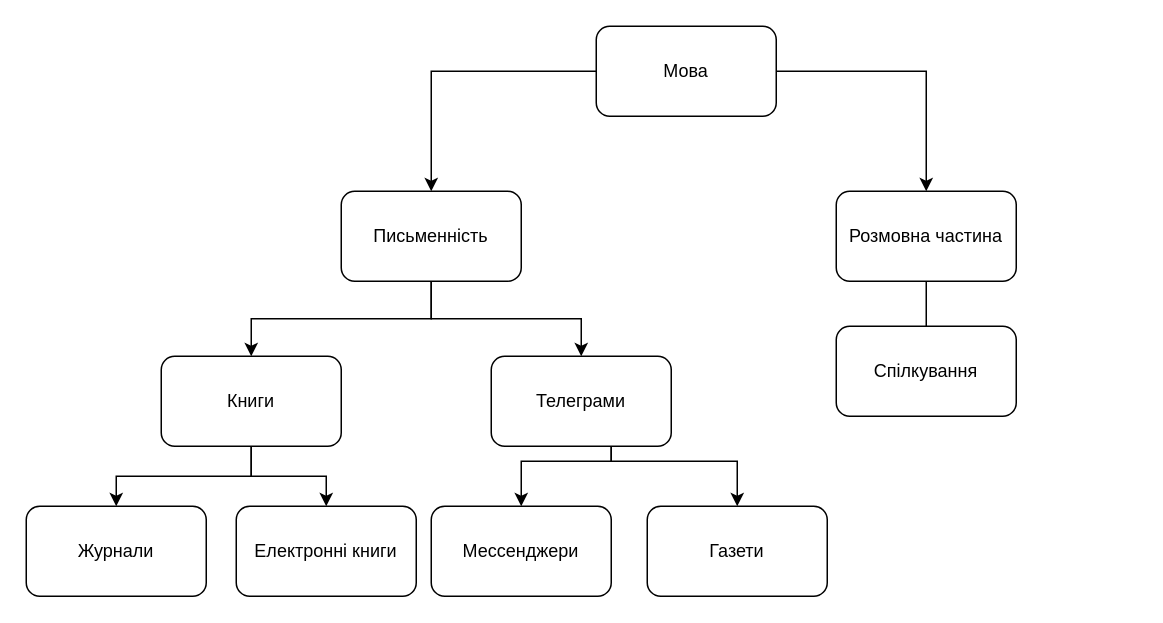
Mrforest-cmd/fr-050923 keeps this draw.io diagram as 070923/inheritance.drawio. Above is the earlier version. Source tidied: cells renumbered, new cells numbered last; positions are measured from the earlier drawing's top-left corner, leaving out a move shared by most shapes. Both pictures are drawn from the tidied source at 150%, with x=0, y=0 at pixel (26, 26).
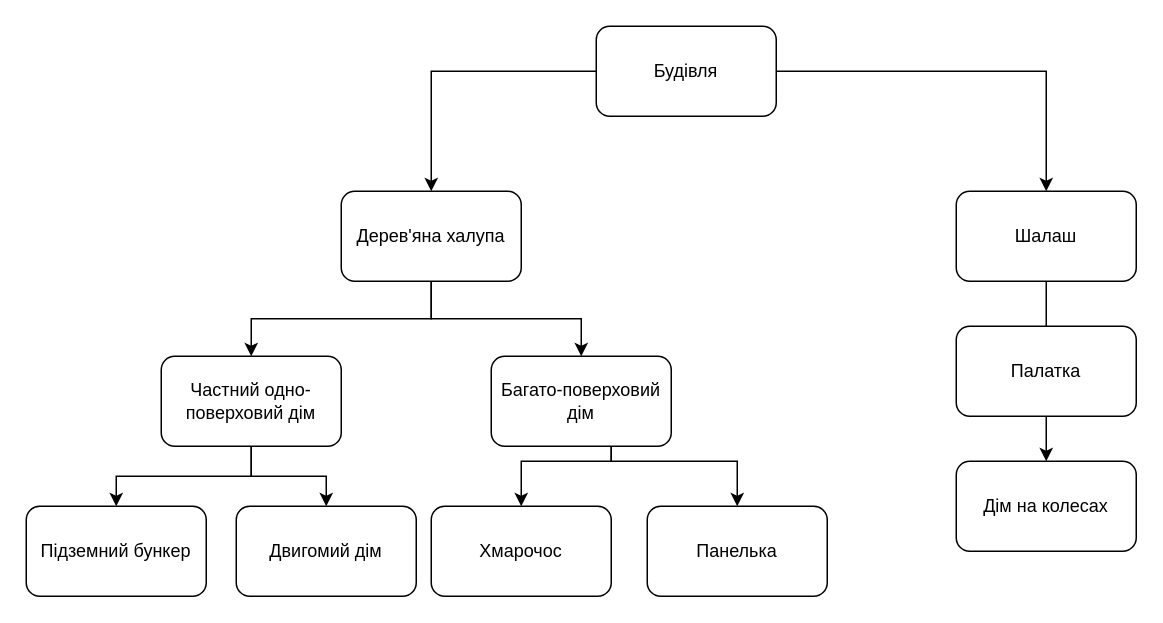
The same diagram, later.

The edit, as a diff of the source:
```diff
@@
-    <mxCell id="4" value="Мова" style="rounded=1;whiteSpace=wrap;html=1;" parent="1" vertex="1">
+    <mxCell id="4" value="Будівля" style="rounded=1;whiteSpace=wrap;html=1;" parent="1" vertex="1">
       <mxGeometry x="380" width="120" height="60" as="geometry" />
     </mxCell>
@@
-    <mxCell id="7" value="Письменність" style="rounded=1;whiteSpace=wrap;html=1;" parent="1" vertex="1">
+    <mxCell id="7" value="Дерев'яна халупа" style="rounded=1;whiteSpace=wrap;html=1;" parent="1" vertex="1">
       <mxGeometry x="210" y="110" width="120" height="60" as="geometry" />
     </mxCell>
     <mxCell id="8" style="edgeStyle=orthogonalEdgeStyle;rounded=0;jettySize=auto;html=1;entryX=0.5;entryY=0;entryDx=0;entryDy=0;" parent="1" edge="1" source="9" target="13">
       <mxGeometry relative="1" as="geometry">
         <Array as="points">
-          <mxPoint x="600" y="220" />
+          <mxPoint x="680" y="220" />
         </Array>
       </mxGeometry>
     </mxCell>
-    <mxCell id="9" value="Розмовна частина" style="rounded=1;whiteSpace=wrap;html=1;" parent="1" vertex="1">
-      <mxGeometry x="540" y="110" width="120" height="60" as="geometry" />
+    <mxCell id="9" value="Шалаш" style="rounded=1;whiteSpace=wrap;html=1;" parent="1" vertex="1">
+      <mxGeometry x="620" y="110" width="120" height="60" as="geometry" />
     </mxCell>
@@
-    <mxCell id="12" value="Телеграми" style="rounded=1;whiteSpace=wrap;html=1;" parent="1" vertex="1">
+    <mxCell id="12" value="Багато-поверховий дім" style="rounded=1;whiteSpace=wrap;html=1;" parent="1" vertex="1">
       <mxGeometry x="310" y="220" width="120" height="60" as="geometry" />
     </mxCell>
+    <mxCell id="21" style="edgeStyle=orthogonalEdgeStyle;rounded=0;jettySize=auto;html=1;entryX=0.5;entryY=0;entryDx=0;entryDy=0;" parent="1" edge="1" source="13" target="22">
+      <mxGeometry relative="1" as="geometry" />
+    </mxCell>
-    <mxCell id="13" value="Спілкування" style="rounded=1;whiteSpace=wrap;html=1;" parent="1" vertex="1">
-      <mxGeometry x="540" y="200" width="120" height="60" as="geometry" />
+    <mxCell id="13" value="Палатка" style="rounded=1;whiteSpace=wrap;html=1;" parent="1" vertex="1">
+      <mxGeometry x="620" y="200" width="120" height="60" as="geometry" />
     </mxCell>
@@
-    <mxCell id="16" value="Книги" style="rounded=1;whiteSpace=wrap;html=1;" parent="1" vertex="1">
+    <mxCell id="16" value="Частний одно-поверховий дім" style="rounded=1;whiteSpace=wrap;html=1;" parent="1" vertex="1">
       <mxGeometry x="90" y="220" width="120" height="60" as="geometry" />
     </mxCell>
-    <mxCell id="17" value="Журнали" style="rounded=1;whiteSpace=wrap;html=1;" parent="1" vertex="1">
+    <mxCell id="17" value="Підземний бункер" style="rounded=1;whiteSpace=wrap;html=1;" parent="1" vertex="1">
       <mxGeometry y="320" width="120" height="60" as="geometry" />
     </mxCell>
-    <mxCell id="18" value="Електронні книги" style="rounded=1;whiteSpace=wrap;html=1;" parent="1" vertex="1">
+    <mxCell id="18" value="Двигомий дім" style="rounded=1;whiteSpace=wrap;html=1;" parent="1" vertex="1">
       <mxGeometry x="140" y="320" width="120" height="60" as="geometry" />
     </mxCell>
-    <mxCell id="19" value="Газети" style="rounded=1;whiteSpace=wrap;html=1;" parent="1" vertex="1">
+    <mxCell id="19" value="Панелька" style="rounded=1;whiteSpace=wrap;html=1;" parent="1" vertex="1">
       <mxGeometry x="414" y="320" width="120" height="60" as="geometry" />
     </mxCell>
-    <mxCell id="20" value="Мессенджери" style="rounded=1;whiteSpace=wrap;html=1;" parent="1" vertex="1">
+    <mxCell id="20" value="Хмарочос" style="rounded=1;whiteSpace=wrap;html=1;" parent="1" vertex="1">
       <mxGeometry x="270" y="320" width="120" height="60" as="geometry" />
     </mxCell>
+    <mxCell id="22" value="Дім на колесах" style="rounded=1;whiteSpace=wrap;html=1;" parent="1" vertex="1">
+      <mxGeometry x="620" y="290" width="120" height="60" as="geometry" />
+    </mxCell>
```
